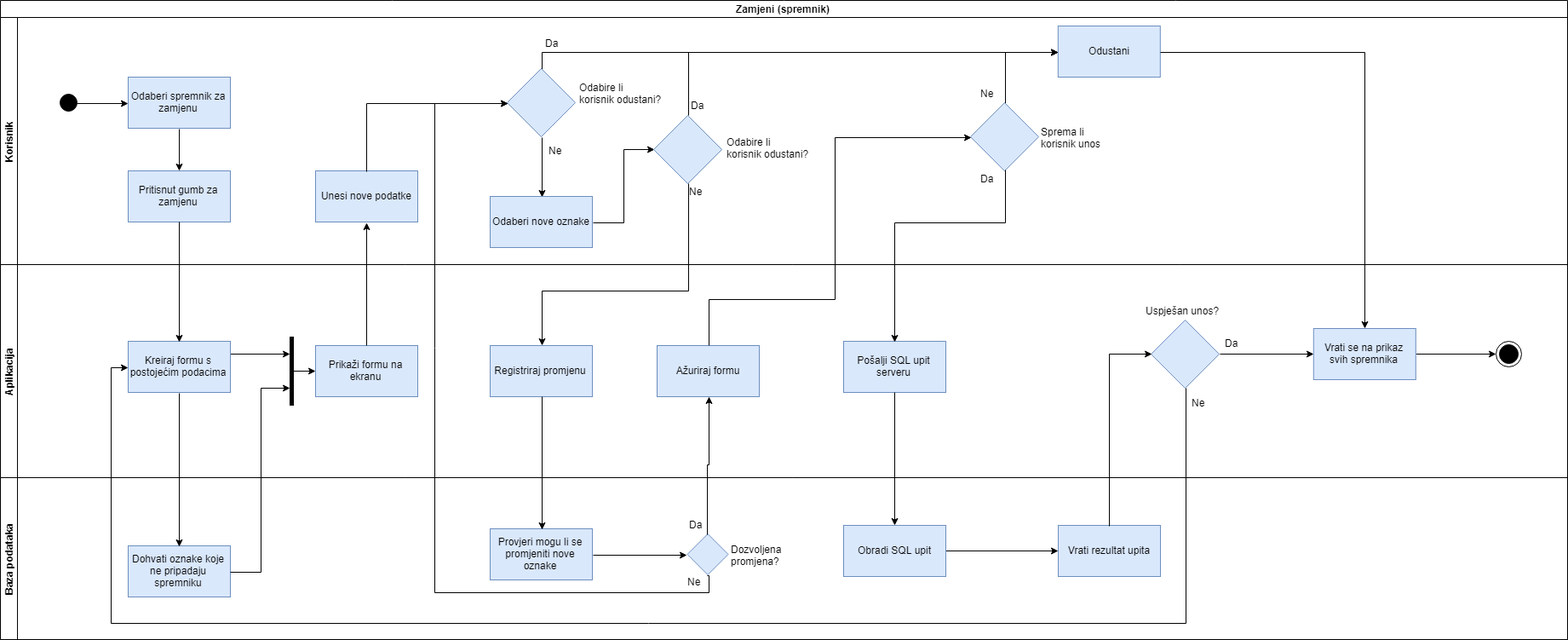
Above: Dokumentacija/Slike za dokumentaciju/Tehnička dokumentacija/Zamjeni-dijagram aktivnosti.png in DominikSulic/Simply-Store (draw.io), before the change. Source tidied: cells renumbered, new cells last; positions are measured from the earlier drawing's top-left corner, leaving out a move shared by most shapes.
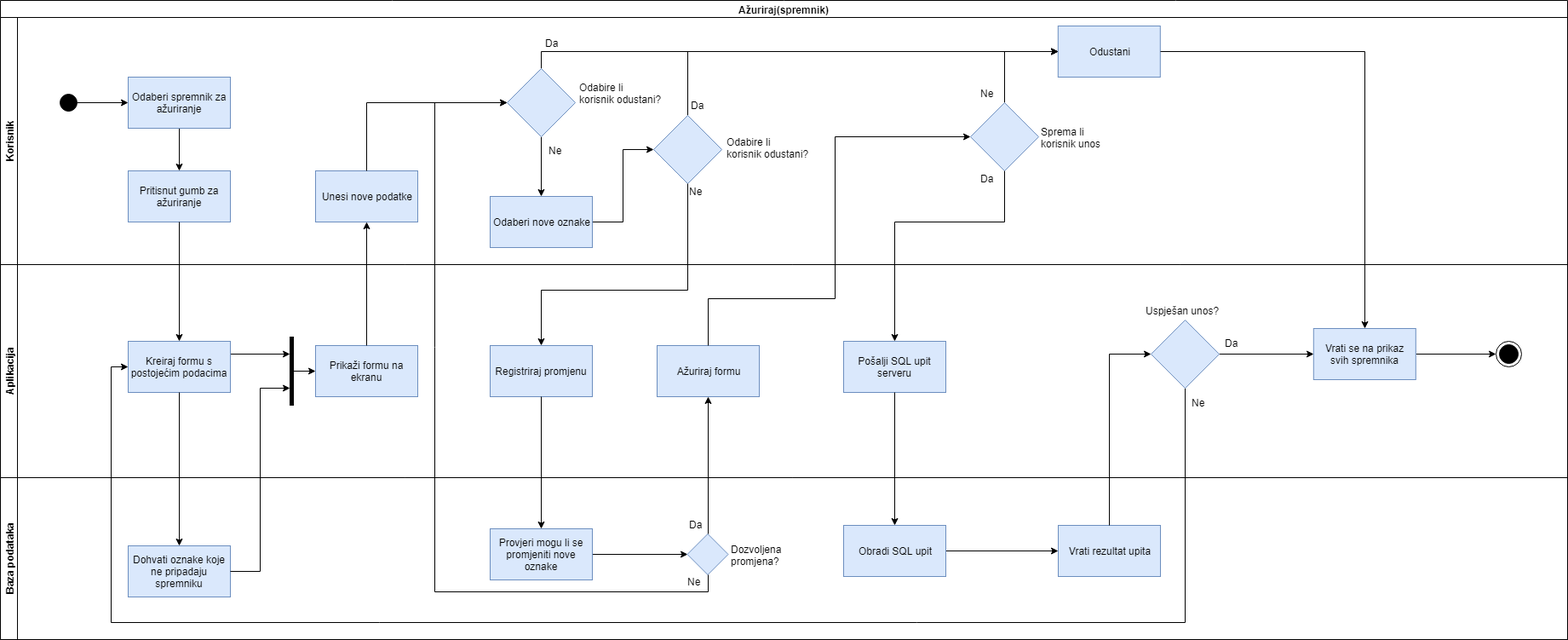
Above is the later version.

Diff of the diagram source:
```diff
@@ -2,7 +2,7 @@
   <root>
     <mxCell id="0" />
     <mxCell id="1" parent="0" />
-    <mxCell id="2" value="Zamjeni (spremnik)" style="swimlane;html=1;horizontal=1;startSize=20;" parent="1" vertex="1">
+    <mxCell id="2" value="Ažuriraj(spremnik)" style="swimlane;html=1;horizontal=1;startSize=20;" parent="1" vertex="1">
       <mxGeometry width="1840" height="750" as="geometry" />
     </mxCell>
     <mxCell id="3" value="Korisnik" style="swimlane;html=1;startSize=20;horizontal=0;" parent="2" vertex="1">
@@ -14,7 +14,7 @@
     <mxCell id="5" style="ellipse;whiteSpace=wrap;html=1;fillColor=#000000;" parent="3" vertex="1">
       <mxGeometry x="70" y="90" width="20" height="20" as="geometry" />
     </mxCell>
-    <mxCell id="6" value="Pritisnut gumb za zamjenu" style="rounded=0;whiteSpace=wrap;html=1;fillColor=#dae8fc;strokeColor=#6c8ebf;" parent="3" vertex="1">
+    <mxCell id="6" value="Pritisnut gumb za ažuriranje" style="rounded=0;whiteSpace=wrap;html=1;fillColor=#dae8fc;strokeColor=#6c8ebf;" parent="3" vertex="1">
       <mxGeometry x="150" y="180" width="120" height="60" as="geometry" />
     </mxCell>
     <mxCell id="7" value="Unesi nove podatke" style="rounded=0;whiteSpace=wrap;html=1;fillColor=#dae8fc;strokeColor=#6c8ebf;" parent="3" vertex="1">
@@ -44,7 +44,7 @@
     <mxCell id="15" style="edgeStyle=orthogonalEdgeStyle;rounded=0;jettySize=auto;html=1;exitX=0.5;exitY=1;exitDx=0;exitDy=0;" parent="3" edge="1" source="16" target="6">
       <mxGeometry relative="1" as="geometry" />
     </mxCell>
-    <mxCell id="16" value="Odaberi spremnik za zamjenu" style="rounded=0;whiteSpace=wrap;html=1;fillColor=#dae8fc;strokeColor=#6c8ebf;" parent="3" vertex="1">
+    <mxCell id="16" value="Odaberi spremnik za ažuriranje" style="rounded=0;whiteSpace=wrap;html=1;fillColor=#dae8fc;strokeColor=#6c8ebf;" parent="3" vertex="1">
       <mxGeometry x="150" y="70" width="120" height="60" as="geometry" />
     </mxCell>
     <mxCell id="17" style="edgeStyle=orthogonalEdgeStyle;rounded=0;jettySize=auto;html=1;exitX=1;exitY=0.5;exitDx=0;exitDy=0;entryX=0;entryY=0.5;entryDx=0;entryDy=0;" parent="3" edge="1" source="18" target="21">
```
